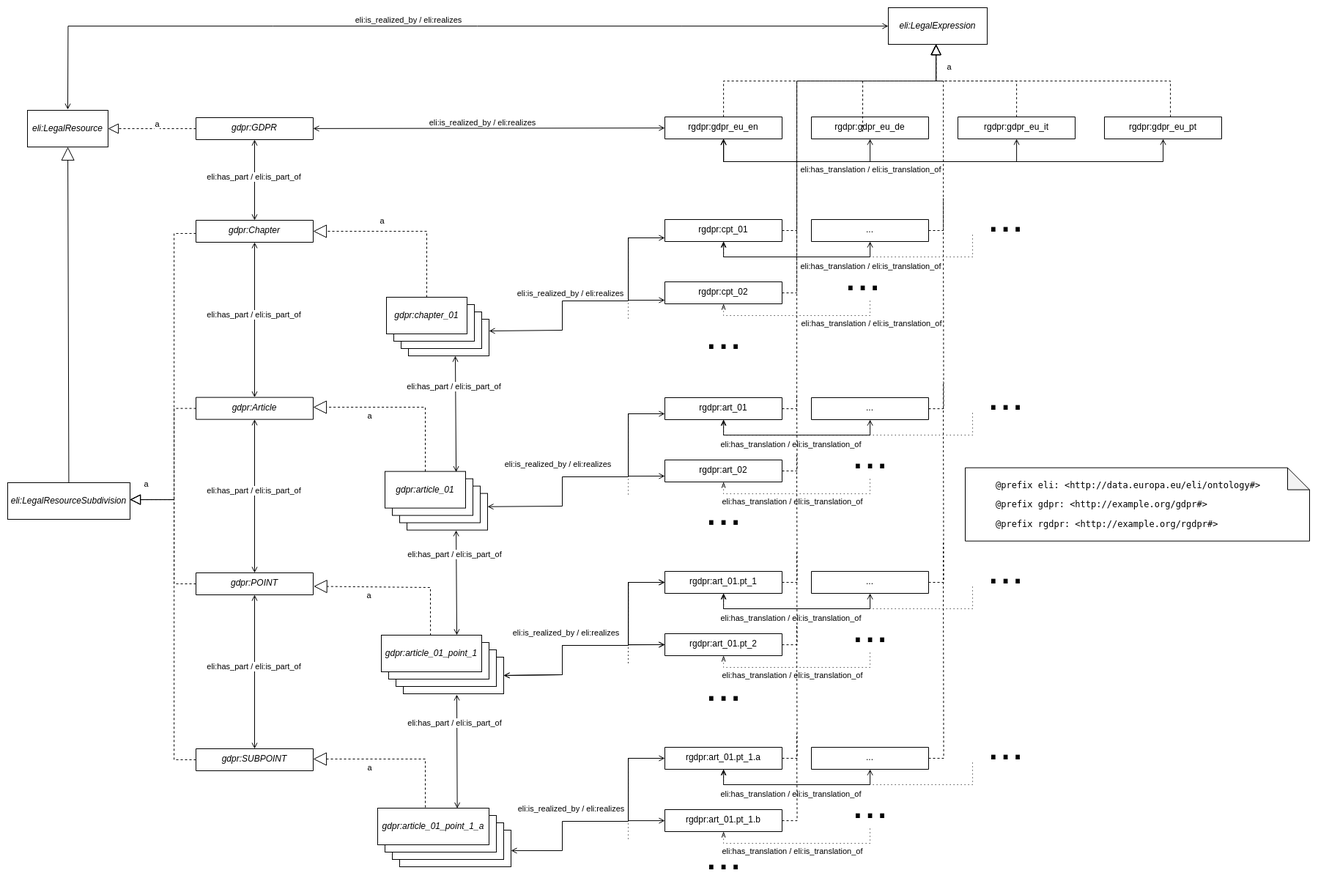
The draw.io diagram img/wsdl_gdpr.drawio.png in JoseMarshall/mlds-gdpr, before a commit. Source tidied: cells renumbered, new cells last; positions are measured from the earlier drawing's top-left corner, leaving out a move shared by most shapes.
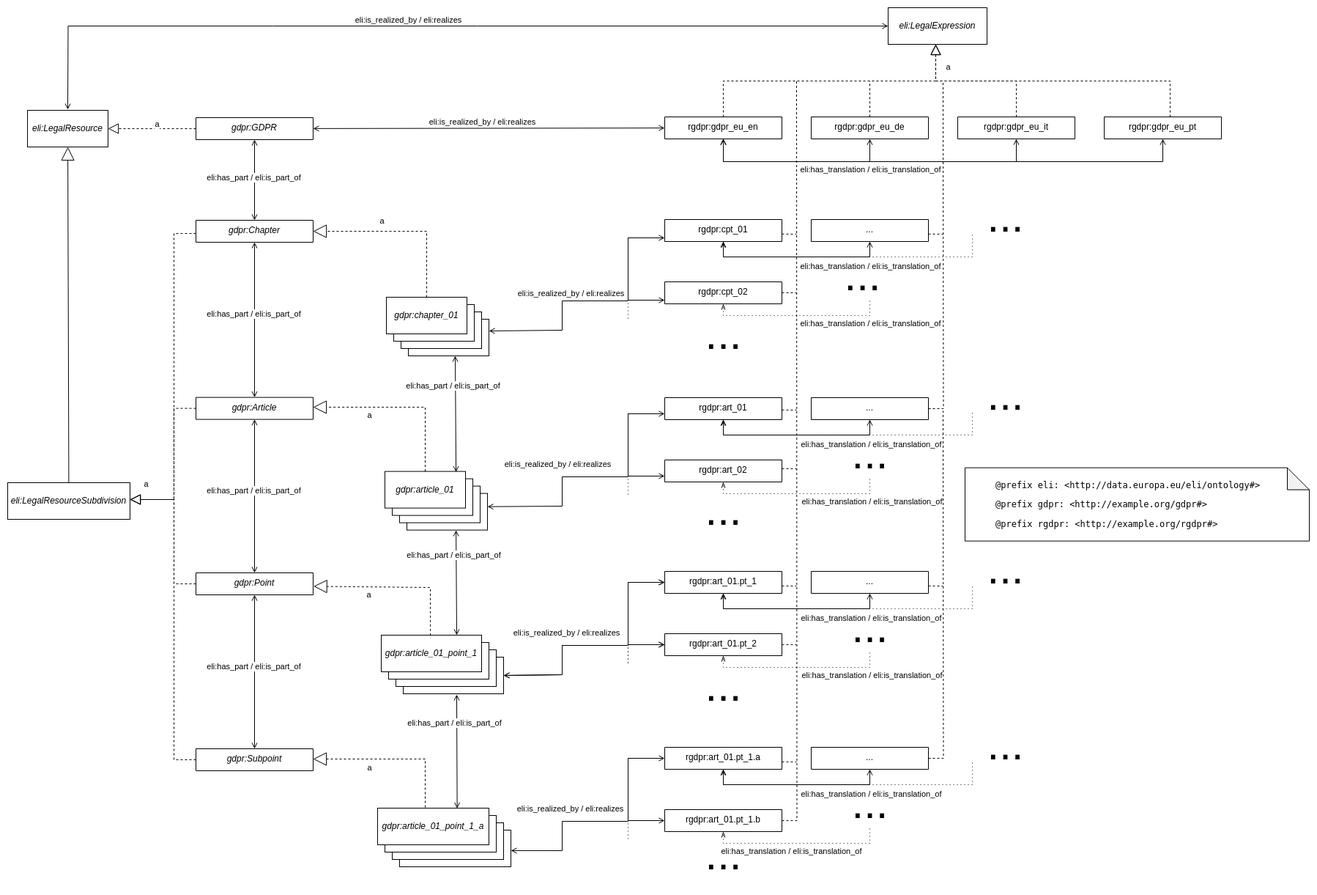
The same diagram one commit later.

What changed in the source:
```diff
@@ -135,15 +135,6 @@
         <mxPoint x="120" y="-20" as="offset" />
       </mxGeometry>
     </mxCell>
-    <mxCell id="28" style="endArrow=block;dashed=1;endFill=0;endSize=12;html=1;rounded=0;edgeStyle=orthogonalEdgeStyle;" parent="1" edge="1" target="23">
-      <mxGeometry relative="1" as="geometry">
-        <mxPoint x="1167" y="169" as="sourcePoint" />
-        <Array as="points">
-          <mxPoint x="1167" y="100" />
-          <mxPoint x="1267" y="100" />
-        </Array>
-      </mxGeometry>
-    </mxCell>
     <mxCell id="29" style="endArrow=block;dashed=1;endFill=0;endSize=12;html=1;rounded=0;edgeStyle=orthogonalEdgeStyle;" parent="1" edge="1" source="4" target="23">
       <mxGeometry relative="1" as="geometry">
         <Array as="points">
@@ -163,31 +154,12 @@
     <mxCell id="31" value="&lt;font style=&quot;font-size: 60px;&quot;&gt;...&lt;/font&gt;" style="text;html=1;align=center;verticalAlign=middle;strokeColor=none;fillColor=none;fontSize=30;" parent="1" vertex="1">
       <mxGeometry x="1132" y="320" width="70" height="90" as="geometry" />
     </mxCell>
-    <mxCell id="32" style="endArrow=block;dashed=1;endFill=0;endSize=12;html=1;rounded=0;edgeStyle=orthogonalEdgeStyle;" parent="1" edge="1" source="14" target="23">
-      <mxGeometry relative="1" as="geometry">
-        <Array as="points">
-          <mxPoint x="1077" y="304" />
-          <mxPoint x="1077" y="100" />
-          <mxPoint x="1267" y="100" />
-        </Array>
-      </mxGeometry>
-    </mxCell>
-    <mxCell id="33" style="endArrow=block;dashed=1;endFill=0;endSize=12;html=1;rounded=0;edgeStyle=orthogonalEdgeStyle;" parent="1" edge="1" target="23">
-      <mxGeometry relative="1" as="geometry">
-        <mxPoint x="1257" y="304" as="sourcePoint" />
-        <Array as="points">
-          <mxPoint x="1277" y="304" />
-          <mxPoint x="1277" y="100" />
-          <mxPoint x="1267" y="100" />
-        </Array>
-      </mxGeometry>
-    </mxCell>
     <mxCell id="34" value="rgdpr:art_01" style="swimlane;fontStyle=0;align=center;verticalAlign=top;horizontal=1;startSize=40;rounded=0;shadow=0;strokeWidth=1;" parent="1" vertex="1" collapsed="1">
       <mxGeometry x="897" y="532" width="160" height="30" as="geometry" />
     </mxCell>
     <mxCell id="35" style="edgeStyle=orthogonalEdgeStyle;rounded=0;jettySize=auto;html=1;endArrow=none;endFill=0;dashed=1;" parent="1" edge="1" source="36">
       <mxGeometry relative="1" as="geometry">
-        <mxPoint x="1277" y="260" as="targetPoint" />
+        <mxPoint x="1277" y="100" as="targetPoint" />
       </mxGeometry>
     </mxCell>
     <mxCell id="36" value="..." style="swimlane;fontStyle=0;align=center;verticalAlign=top;horizontal=1;startSize=40;rounded=0;shadow=0;strokeWidth=1;" parent="1" vertex="1" collapsed="1">
@@ -212,17 +184,12 @@
     </mxCell>
     <mxCell id="39" value="eli:has_translation / eli:is_translation_of" style="edgeLabel;html=1;align=center;verticalAlign=middle;" parent="38" vertex="1">
       <mxGeometry x="0.13" y="1" relative="1" as="geometry">
-        <mxPoint x="-57" y="11" as="offset" />
+        <mxPoint x="53" y="11" as="offset" />
       </mxGeometry>
     </mxCell>
     <mxCell id="40" value="&lt;font style=&quot;font-size: 60px;&quot;&gt;...&lt;/font&gt;" style="text;html=1;align=center;verticalAlign=middle;strokeColor=none;fillColor=none;fontSize=30;" parent="1" vertex="1">
       <mxGeometry x="1327" y="483" width="70" height="90" as="geometry" />
     </mxCell>
-    <mxCell id="41" style="edgeStyle=orthogonalEdgeStyle;rounded=0;jettySize=auto;html=1;endArrow=none;endFill=0;dashed=1;" parent="1" edge="1" source="42">
-      <mxGeometry relative="1" as="geometry">
-        <mxPoint x="1077" y="530" as="targetPoint" />
-      </mxGeometry>
-    </mxCell>
     <mxCell id="42" value="rgdpr:art_02" style="swimlane;fontStyle=0;align=center;verticalAlign=top;horizontal=1;startSize=40;rounded=0;shadow=0;strokeWidth=1;" parent="1" vertex="1" collapsed="1">
       <mxGeometry x="897" y="617" width="160" height="30" as="geometry" />
     </mxCell>
@@ -237,25 +204,15 @@
     </mxCell>
     <mxCell id="44" value="eli:has_translation / eli:is_translation_of" style="edgeLabel;html=1;align=center;verticalAlign=middle;" parent="43" vertex="1">
       <mxGeometry x="0.13" y="1" relative="1" as="geometry">
-        <mxPoint x="6" y="9" as="offset" />
+        <mxPoint x="116" y="9" as="offset" />
       </mxGeometry>
     </mxCell>
     <mxCell id="45" value="&lt;font style=&quot;font-size: 60px;&quot;&gt;...&lt;/font&gt;" style="text;html=1;align=center;verticalAlign=middle;strokeColor=none;fillColor=none;fontSize=30;" parent="1" vertex="1">
       <mxGeometry x="1142" y="563" width="70" height="90" as="geometry" />
     </mxCell>
-    <mxCell id="46" style="edgeStyle=orthogonalEdgeStyle;rounded=0;jettySize=auto;html=1;endArrow=none;endFill=0;dashed=1;" parent="1" edge="1" source="47">
-      <mxGeometry relative="1" as="geometry">
-        <mxPoint x="1077" y="610" as="targetPoint" />
-      </mxGeometry>
-    </mxCell>
     <mxCell id="47" value="rgdpr:art_01.pt_1" style="swimlane;fontStyle=0;align=center;verticalAlign=top;horizontal=1;startSize=40;rounded=0;shadow=0;strokeWidth=1;" parent="1" vertex="1" collapsed="1">
       <mxGeometry x="897" y="769" width="160" height="30" as="geometry" />
     </mxCell>
-    <mxCell id="48" style="edgeStyle=orthogonalEdgeStyle;rounded=0;jettySize=auto;html=1;endArrow=none;endFill=0;dashed=1;" parent="1" edge="1" source="49">
-      <mxGeometry relative="1" as="geometry">
-        <mxPoint x="1277" y="510" as="targetPoint" />
-      </mxGeometry>
-    </mxCell>
     <mxCell id="49" value="..." style="swimlane;fontStyle=0;align=center;verticalAlign=top;horizontal=1;startSize=40;rounded=0;shadow=0;strokeWidth=1;" parent="1" vertex="1" collapsed="1">
       <mxGeometry x="1097" y="769" width="160" height="30" as="geometry" />
     </mxCell>
@@ -278,17 +235,12 @@
     </mxCell>
     <mxCell id="52" value="eli:has_translation / eli:is_translation_of" style="edgeLabel;html=1;align=center;verticalAlign=middle;" parent="51" vertex="1">
       <mxGeometry x="0.13" y="1" relative="1" as="geometry">
-        <mxPoint x="-57" y="11" as="offset" />
+        <mxPoint x="53" y="11" as="offset" />
       </mxGeometry>
     </mxCell>
     <mxCell id="53" value="&lt;font style=&quot;font-size: 60px;&quot;&gt;...&lt;/font&gt;" style="text;html=1;align=center;verticalAlign=middle;strokeColor=none;fillColor=none;fontSize=30;" parent="1" vertex="1">
       <mxGeometry x="1327" y="720" width="70" height="90" as="geometry" />
     </mxCell>
-    <mxCell id="54" style="edgeStyle=orthogonalEdgeStyle;rounded=0;jettySize=auto;html=1;endArrow=none;endFill=0;dashed=1;" parent="1" edge="1" source="55">
-      <mxGeometry relative="1" as="geometry">
-        <mxPoint x="1077" y="740" as="targetPoint" />
-      </mxGeometry>
-    </mxCell>
     <mxCell id="55" value="rgdpr:art_01.pt_2" style="swimlane;fontStyle=0;align=center;verticalAlign=top;horizontal=1;startSize=40;rounded=0;shadow=0;strokeWidth=1;" parent="1" vertex="1" collapsed="1">
       <mxGeometry x="897" y="854" width="160" height="30" as="geometry" />
     </mxCell>
@@ -303,23 +255,18 @@
     </mxCell>
     <mxCell id="57" value="eli:has_translation / eli:is_translation_of" style="edgeLabel;html=1;align=center;verticalAlign=middle;" parent="56" vertex="1">
       <mxGeometry x="0.13" y="1" relative="1" as="geometry">
-        <mxPoint x="6" y="9" as="offset" />
+        <mxPoint x="116" y="9" as="offset" />
       </mxGeometry>
     </mxCell>
     <mxCell id="58" value="&lt;font style=&quot;font-size: 60px;&quot;&gt;...&lt;/font&gt;" style="text;html=1;align=center;verticalAlign=middle;strokeColor=none;fillColor=none;fontSize=30;" parent="1" vertex="1">
       <mxGeometry x="1142" y="800" width="70" height="90" as="geometry" />
     </mxCell>
-    <mxCell id="59" style="edgeStyle=orthogonalEdgeStyle;rounded=0;jettySize=auto;html=1;endArrow=none;endFill=0;dashed=1;" parent="1" edge="1" source="60">
-      <mxGeometry relative="1" as="geometry">
-        <mxPoint x="1077" y="840" as="targetPoint" />
-      </mxGeometry>
-    </mxCell>
     <mxCell id="60" value="rgdpr:art_01.pt_1.a" style="swimlane;fontStyle=0;align=center;verticalAlign=top;horizontal=1;startSize=40;rounded=0;shadow=0;strokeWidth=1;" parent="1" vertex="1" collapsed="1">
       <mxGeometry x="897" y="1009" width="160" height="30" as="geometry" />
     </mxCell>
     <mxCell id="61" style="edgeStyle=orthogonalEdgeStyle;rounded=0;jettySize=auto;html=1;endArrow=none;endFill=0;dashed=1;" parent="1" edge="1" source="62">
       <mxGeometry relative="1" as="geometry">
-        <mxPoint x="1277" y="730" as="targetPoint" />
+        <mxPoint x="1277" y="550" as="targetPoint" />
       </mxGeometry>
     </mxCell>
     <mxCell id="62" value="..." style="swimlane;fontStyle=0;align=center;verticalAlign=top;horizontal=1;startSize=40;rounded=0;shadow=0;strokeWidth=1;" parent="1" vertex="1" collapsed="1">
@@ -344,7 +291,7 @@
     </mxCell>
     <mxCell id="65" value="eli:has_translation / eli:is_translation_of" style="edgeLabel;html=1;align=center;verticalAlign=middle;" parent="64" vertex="1">
       <mxGeometry x="0.13" y="1" relative="1" as="geometry">
-        <mxPoint x="-57" y="11" as="offset" />
+        <mxPoint x="53" y="11" as="offset" />
       </mxGeometry>
     </mxCell>
     <mxCell id="66" value="&lt;font style=&quot;font-size: 60px;&quot;&gt;...&lt;/font&gt;" style="text;html=1;align=center;verticalAlign=middle;strokeColor=none;fillColor=none;fontSize=30;" parent="1" vertex="1">
@@ -361,7 +308,7 @@
     </mxCell>
     <mxCell id="68" style="edgeStyle=orthogonalEdgeStyle;rounded=0;jettySize=auto;html=1;endArrow=none;endFill=0;dashed=1;" parent="1" edge="1" source="69">
       <mxGeometry relative="1" as="geometry">
-        <mxPoint x="1077" y="990" as="targetPoint" />
+        <mxPoint x="1077" y="100" as="targetPoint" />
       </mxGeometry>
     </mxCell>
     <mxCell id="69" value="rgdpr:art_01.pt_1.b" style="swimlane;fontStyle=0;align=center;verticalAlign=top;horizontal=1;startSize=40;rounded=0;shadow=0;strokeWidth=1;" parent="1" vertex="1" collapsed="1">
@@ -408,27 +355,9 @@
         <mxPoint x="-35" y="-20" as="offset" />
       </mxGeometry>
     </mxCell>
-    <mxCell id="76" style="endArrow=block;dashed=1;endFill=0;endSize=12;html=1;rounded=0;edgeStyle=orthogonalEdgeStyle;" parent="1" edge="1" source="20" target="23">
-      <mxGeometry relative="1" as="geometry">
-        <Array as="points">
-          <mxPoint x="1077" y="389" />
-          <mxPoint x="1077" y="100" />
-          <mxPoint x="1267" y="100" />
-        </Array>
-      </mxGeometry>
-    </mxCell>
     <mxCell id="77" value="&lt;blockquote style=&quot;margin: 0 0 0 40px; border: none; padding: 0px;&quot;&gt;&lt;pre&gt;&lt;code class=&quot;hljs smalltalk&quot;&gt;@prefix eli: &amp;lt;http://data.europa.eu/eli/ontology#&amp;gt; &lt;/code&gt;&lt;/pre&gt;&lt;pre&gt;&lt;code class=&quot;hljs smalltalk&quot;&gt;@prefix gdpr: &amp;lt;http://example.org/gdpr#&amp;gt; &lt;/code&gt;&lt;/pre&gt;&lt;pre&gt;&lt;code class=&quot;hljs smalltalk&quot;&gt;@prefix rgdpr: &amp;lt;http://example.org/rgdpr&lt;/code&gt;#&amp;gt; &lt;/pre&gt;&lt;/blockquote&gt;" style="shape=note;whiteSpace=wrap;html=1;backgroundOutline=1;darkOpacity=0.05;align=left;" parent="1" vertex="1">
       <mxGeometry x="1307" y="627.6" width="470" height="100" as="geometry" />
     </mxCell>
-    <mxCell id="78" style="endArrow=block;dashed=1;endFill=0;endSize=12;html=1;rounded=0;edgeStyle=orthogonalEdgeStyle;" parent="1" edge="1" source="34" target="23">
-      <mxGeometry relative="1" as="geometry">
-        <Array as="points">
-          <mxPoint x="1077" y="547" />
-          <mxPoint x="1077" y="100" />
-          <mxPoint x="1267" y="100" />
-        </Array>
-      </mxGeometry>
-    </mxCell>
     <mxCell id="79" value="&lt;i&gt;cpt_01&lt;/i&gt;" style="html=1;whiteSpace=wrap;" parent="1" vertex="1">
       <mxGeometry x="540" y="886" width="137" height="50" as="geometry" />
     </mxCell>
@@ -468,10 +397,10 @@
     <mxCell id="91" value="gdpr:Article" style="swimlane;fontStyle=2;align=center;verticalAlign=top;horizontal=1;startSize=40;rounded=0;shadow=0;strokeWidth=1;" parent="1" vertex="1" collapsed="1">
       <mxGeometry x="257" y="531.6" width="160" height="30" as="geometry" />
     </mxCell>
-    <mxCell id="92" value="gdpr:POINT" style="swimlane;fontStyle=2;align=center;verticalAlign=top;horizontal=1;startSize=40;rounded=0;shadow=0;strokeWidth=1;" parent="1" vertex="1" collapsed="1">
+    <mxCell id="92" value="gdpr:Point" style="swimlane;fontStyle=2;align=center;verticalAlign=top;horizontal=1;startSize=40;rounded=0;shadow=0;strokeWidth=1;" parent="1" vertex="1" collapsed="1">
       <mxGeometry x="257" y="771" width="160" height="30" as="geometry" />
     </mxCell>
-    <mxCell id="93" value="gdpr:SUBPOINT" style="swimlane;fontStyle=2;align=center;verticalAlign=top;horizontal=1;startSize=40;rounded=0;shadow=0;strokeWidth=1;" parent="1" vertex="1" collapsed="1">
+    <mxCell id="93" value="gdpr:Subpoint" style="swimlane;fontStyle=2;align=center;verticalAlign=top;horizontal=1;startSize=40;rounded=0;shadow=0;strokeWidth=1;" parent="1" vertex="1" collapsed="1">
       <mxGeometry x="257" y="1011" width="160" height="30" as="geometry" />
     </mxCell>
     <mxCell id="94" value="&lt;i&gt;eli:&lt;/i&gt;&lt;i&gt;LegalResourceSubdivision&lt;/i&gt;" style="html=1;whiteSpace=wrap;" parent="1" vertex="1">
@@ -808,5 +737,65 @@
         <mxPoint x="-18" y="-13" as="offset" />
       </mxGeometry>
     </mxCell>
+    <mxCell id="152" style="endArrow=none;dashed=1;html=1;rounded=0;" parent="1" edge="1">
+      <mxGeometry relative="1" as="geometry">
+        <mxPoint x="1057" y="388.8" as="sourcePoint" />
+        <mxPoint x="1077" y="389" as="targetPoint" />
+      </mxGeometry>
+    </mxCell>
+    <mxCell id="153" style="endArrow=none;dashed=1;html=1;rounded=0;" parent="1" edge="1">
+      <mxGeometry relative="1" as="geometry">
+        <mxPoint x="1057" y="308.8" as="sourcePoint" />
+        <mxPoint x="1077" y="309" as="targetPoint" />
+      </mxGeometry>
+    </mxCell>
+    <mxCell id="154" style="endArrow=none;dashed=1;html=1;rounded=0;" parent="1" edge="1">
+      <mxGeometry relative="1" as="geometry">
+        <mxPoint x="1057" y="548.8" as="sourcePoint" />
+        <mxPoint x="1077" y="549" as="targetPoint" />
+      </mxGeometry>
+    </mxCell>
+    <mxCell id="155" style="endArrow=none;dashed=1;html=1;rounded=0;" parent="1" edge="1">
+      <mxGeometry relative="1" as="geometry">
+        <mxPoint x="1057" y="628.8" as="sourcePoint" />
+        <mxPoint x="1077" y="629" as="targetPoint" />
+      </mxGeometry>
+    </mxCell>
+    <mxCell id="156" style="endArrow=none;dashed=1;html=1;rounded=0;" parent="1" edge="1">
+      <mxGeometry relative="1" as="geometry">
+        <mxPoint x="1057" y="788.8" as="sourcePoint" />
+        <mxPoint x="1077" y="789" as="targetPoint" />
+      </mxGeometry>
+    </mxCell>
+    <mxCell id="157" style="endArrow=none;dashed=1;html=1;rounded=0;" parent="1" edge="1">
+      <mxGeometry relative="1" as="geometry">
+        <mxPoint x="1057" y="868.8" as="sourcePoint" />
+        <mxPoint x="1077" y="869" as="targetPoint" />
+      </mxGeometry>
+    </mxCell>
+    <mxCell id="158" style="endArrow=none;dashed=1;html=1;rounded=0;" parent="1" edge="1">
+      <mxGeometry relative="1" as="geometry">
+        <mxPoint x="1057" y="1028.8" as="sourcePoint" />
+        <mxPoint x="1077" y="1029" as="targetPoint" />
+      </mxGeometry>
+    </mxCell>
+    <mxCell id="159" style="endArrow=none;dashed=1;html=1;rounded=0;" parent="1" edge="1">
+      <mxGeometry relative="1" as="geometry">
+        <mxPoint x="1257" y="308.8" as="sourcePoint" />
+        <mxPoint x="1277" y="309" as="targetPoint" />
+      </mxGeometry>
+    </mxCell>
+    <mxCell id="160" style="endArrow=none;dashed=1;html=1;rounded=0;" parent="1" edge="1">
+      <mxGeometry relative="1" as="geometry">
+        <mxPoint x="1257" y="788.8" as="sourcePoint" />
+        <mxPoint x="1277" y="789" as="targetPoint" />
+      </mxGeometry>
+    </mxCell>
+    <mxCell id="161" style="endArrow=none;dashed=1;html=1;rounded=0;" parent="1" edge="1">
+      <mxGeometry relative="1" as="geometry">
+        <mxPoint x="1177" y="148.8" as="sourcePoint" />
+        <mxPoint x="1177" y="100" as="targetPoint" />
+      </mxGeometry>
+    </mxCell>
   </root>
 </mxGraphModel>
```
